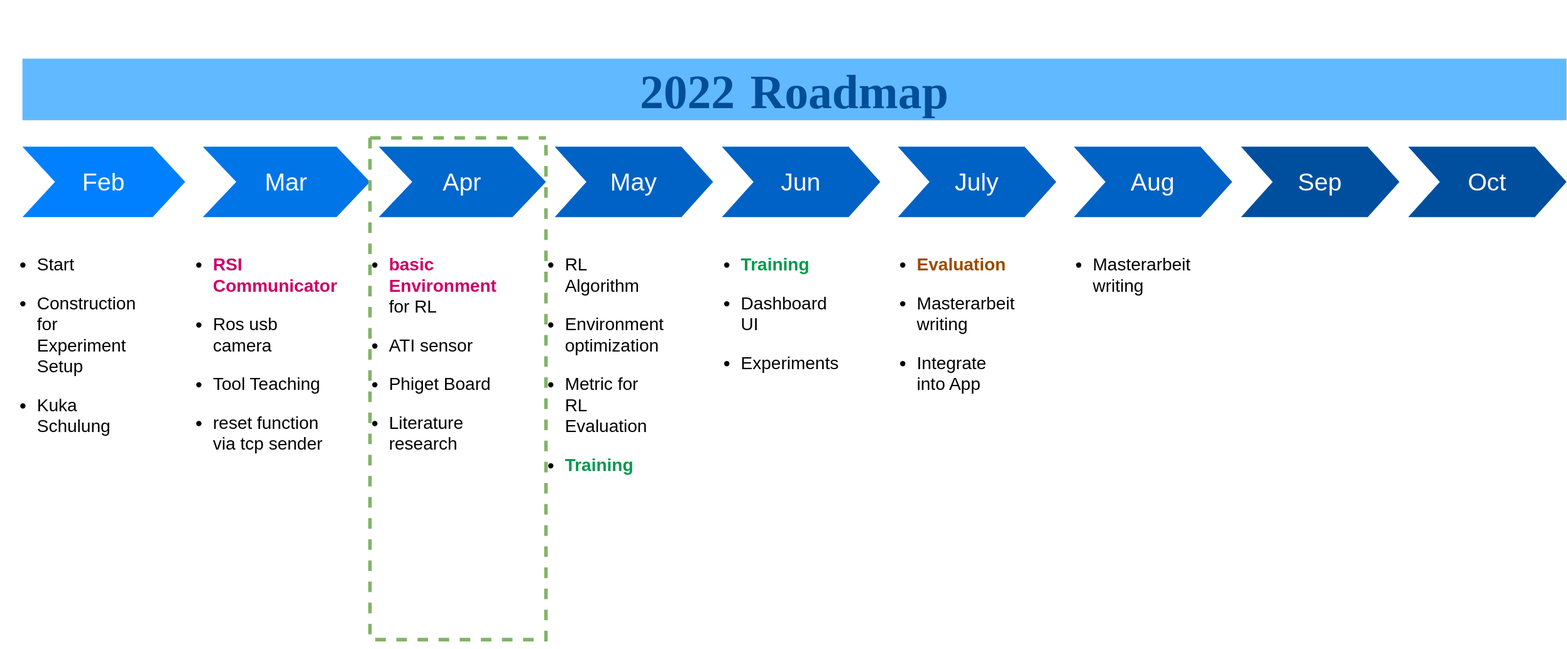
This is Roadmap.svg from TONiiV/flowcharts, a draw.io export, as it was before one commit. Source tidied: cells renumbered, new cells last; positions are measured from the earlier drawing's top-left corner, leaving out a move shared by most shapes.
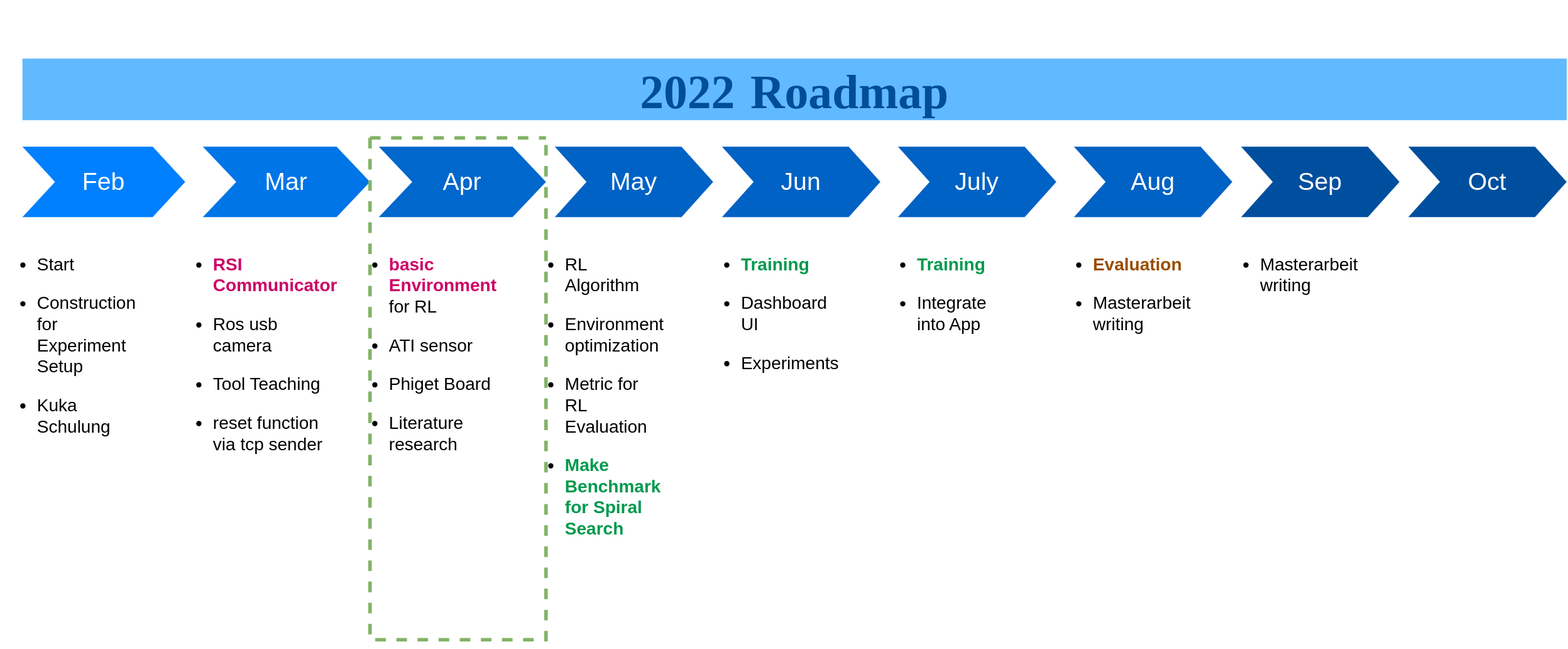
Later version of the same file.

Change to the diagram source:
```diff
@@ -26,16 +26,16 @@
     <mxCell id="9" value="&lt;ul style=&quot;font-size: 20px&quot;&gt;&lt;li&gt;&lt;font color=&quot;#CC0066&quot;&gt;&lt;b&gt;basic Environment&lt;/b&gt;&lt;/font&gt; for RL&lt;/li&gt;&lt;/ul&gt;&lt;ul style=&quot;font-size: 20px&quot;&gt;&lt;li&gt;ATI sensor&lt;/li&gt;&lt;/ul&gt;&lt;ul style=&quot;font-size: 20px&quot;&gt;&lt;li&gt;Phiget Board&lt;/li&gt;&lt;/ul&gt;&lt;ul style=&quot;font-size: 20px&quot;&gt;&lt;li&gt;Literature research&lt;br&gt;&lt;/li&gt;&lt;/ul&gt;" style="text;spacingTop=-5;fillColor=#ffffff;whiteSpace=wrap;html=1;align=left;fontSize=12;fontFamily=Helvetica;fillColor=none;strokeColor=none;" parent="1" vertex="1">
       <mxGeometry x="400" y="200" width="140" height="470" as="geometry" />
     </mxCell>
-    <mxCell id="10" value="&lt;ul style=&quot;font-size: 20px&quot;&gt;&lt;li&gt;RL Algorithm&lt;/li&gt;&lt;/ul&gt;&lt;ul style=&quot;font-size: 20px&quot;&gt;&lt;li&gt;Environment optimization&lt;/li&gt;&lt;/ul&gt;&lt;ul style=&quot;font-size: 20px&quot;&gt;&lt;li&gt;Metric for RL Evaluation&lt;/li&gt;&lt;/ul&gt;&lt;ul style=&quot;font-size: 20px&quot;&gt;&lt;li&gt;&lt;font color=&quot;#00994D&quot;&gt;&lt;b&gt;Training&lt;/b&gt;&lt;/font&gt;&lt;br&gt;&lt;/li&gt;&lt;/ul&gt;" style="text;spacingTop=-5;fillColor=#ffffff;whiteSpace=wrap;html=1;align=left;fontSize=12;fontFamily=Helvetica;fillColor=none;strokeColor=none;" parent="1" vertex="1">
+    <mxCell id="10" value="&lt;ul style=&quot;font-size: 20px&quot;&gt;&lt;li&gt;RL Algorithm&lt;/li&gt;&lt;/ul&gt;&lt;ul style=&quot;font-size: 20px&quot;&gt;&lt;li&gt;Environment optimization&lt;/li&gt;&lt;/ul&gt;&lt;ul style=&quot;font-size: 20px&quot;&gt;&lt;li&gt;Metric for RL Evaluation&lt;/li&gt;&lt;/ul&gt;&lt;ul style=&quot;font-size: 20px&quot;&gt;&lt;li&gt;&lt;font color=&quot;#00994D&quot;&gt;&lt;b&gt;Make Benchmark for Spiral Search&lt;br&gt;&lt;/b&gt;&lt;/font&gt;&lt;/li&gt;&lt;/ul&gt;" style="text;spacingTop=-5;fillColor=#ffffff;whiteSpace=wrap;html=1;align=left;fontSize=12;fontFamily=Helvetica;fillColor=none;strokeColor=none;" parent="1" vertex="1">
       <mxGeometry x="600" y="200" width="140" height="470" as="geometry" />
     </mxCell>
     <mxCell id="11" value="&lt;ul style=&quot;font-size: 20px&quot;&gt;&lt;li&gt;&lt;font color=&quot;#00994D&quot;&gt;&lt;b&gt;Training&lt;/b&gt;&lt;/font&gt;&lt;/li&gt;&lt;/ul&gt;&lt;ul style=&quot;font-size: 20px&quot;&gt;&lt;li&gt;Dashboard UI&lt;/li&gt;&lt;/ul&gt;&lt;ul style=&quot;font-size: 20px&quot;&gt;&lt;li&gt;Experiments&lt;br&gt;&lt;/li&gt;&lt;/ul&gt;" style="text;spacingTop=-5;fillColor=#ffffff;whiteSpace=wrap;html=1;align=left;fontSize=12;fontFamily=Helvetica;fillColor=none;strokeColor=none;" parent="1" vertex="1">
       <mxGeometry x="800" y="200" width="140" height="470" as="geometry" />
     </mxCell>
-    <mxCell id="12" value="&lt;ul style=&quot;font-size: 20px&quot;&gt;&lt;li&gt;Masterarbeit writing&lt;br&gt;&lt;/li&gt;&lt;/ul&gt;" style="text;spacingTop=-5;fillColor=#ffffff;whiteSpace=wrap;html=1;align=left;fontSize=12;fontFamily=Helvetica;fillColor=none;strokeColor=none;" parent="1" vertex="1">
+    <mxCell id="12" value="&lt;ul style=&quot;font-size: 20px&quot;&gt;&lt;li&gt;&lt;b&gt;&lt;font color=&quot;#994C00&quot;&gt;Evaluation&lt;/font&gt;&lt;/b&gt;&lt;/li&gt;&lt;/ul&gt;&lt;ul style=&quot;font-size: 20px&quot;&gt;&lt;li&gt;Masterarbeit writing&lt;br&gt;&lt;/li&gt;&lt;/ul&gt;" style="text;spacingTop=-5;fillColor=#ffffff;whiteSpace=wrap;html=1;align=left;fontSize=12;fontFamily=Helvetica;fillColor=none;strokeColor=none;" parent="1" vertex="1">
       <mxGeometry x="1200" y="200" width="140" height="470" as="geometry" />
     </mxCell>
-    <mxCell id="13" value="&lt;ul style=&quot;font-size: 20px&quot;&gt;&lt;li&gt;&lt;b&gt;&lt;font color=&quot;#994C00&quot;&gt;Evaluation&lt;/font&gt;&lt;/b&gt;&lt;/li&gt;&lt;/ul&gt;&lt;ul style=&quot;font-size: 20px&quot;&gt;&lt;li&gt;Masterarbeit writing&lt;/li&gt;&lt;/ul&gt;&lt;ul style=&quot;font-size: 20px&quot;&gt;&lt;li&gt;Integrate into App&lt;br&gt;&lt;/li&gt;&lt;/ul&gt;" style="text;spacingTop=-5;fillColor=#ffffff;whiteSpace=wrap;html=1;align=left;fontSize=12;fontFamily=Helvetica;fillColor=none;strokeColor=none;" parent="1" vertex="1">
+    <mxCell id="13" value="&lt;ul style=&quot;font-size: 20px&quot;&gt;&lt;li&gt;&lt;font color=&quot;#00994D&quot;&gt;&lt;b&gt;Training&lt;/b&gt;&lt;/font&gt;&lt;/li&gt;&lt;/ul&gt;&lt;ul style=&quot;font-size: 20px&quot;&gt;&lt;li&gt;Integrate into App&lt;br&gt;&lt;/li&gt;&lt;/ul&gt;" style="text;spacingTop=-5;fillColor=#ffffff;whiteSpace=wrap;html=1;align=left;fontSize=12;fontFamily=Helvetica;fillColor=none;strokeColor=none;" parent="1" vertex="1">
       <mxGeometry x="1000" y="200" width="140" height="470" as="geometry" />
     </mxCell>
     <mxCell id="14" value="Jun" style="shape=step;whiteSpace=wrap;html=1;fontSize=28;fillColor=#0062C4;fontColor=#FFFFFF;strokeColor=none;" parent="1" vertex="1">
@@ -56,5 +56,8 @@
     <mxCell id="19" style="swimlane;startSize=0;fillColor=#D5E8D4;strokeWidth=4;dashed=1;strokeColor=#82b366;" parent="1" vertex="1">
       <mxGeometry x="420" y="90" width="200" height="570" as="geometry" />
     </mxCell>
+    <mxCell id="20" value="&lt;ul style=&quot;font-size: 20px&quot;&gt;&lt;li&gt;Masterarbeit writing&lt;br&gt;&lt;/li&gt;&lt;/ul&gt;" style="text;spacingTop=-5;fillColor=#ffffff;whiteSpace=wrap;html=1;align=left;fontSize=12;fontFamily=Helvetica;fillColor=none;strokeColor=none;" parent="1" vertex="1">
+      <mxGeometry x="1390" y="200" width="140" height="470" as="geometry" />
+    </mxCell>
   </root>
 </mxGraphModel>
```
